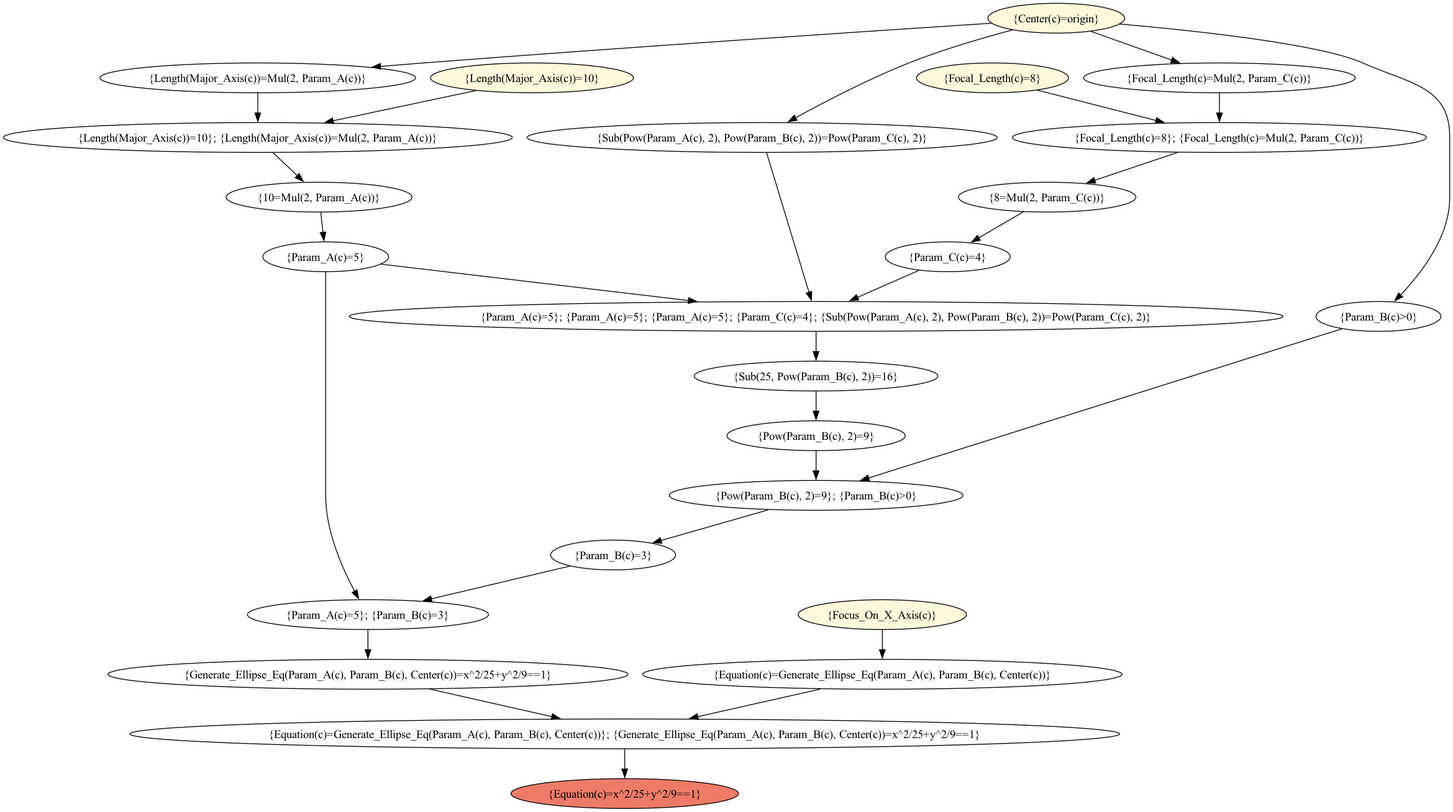
The Graphviz diagram reasoning_engine/solving_process.png in trapped-beast/KE_Reasoning_Engine, before a commit. Its source is kept beside it as reasoning_engine/solving_process.dot.
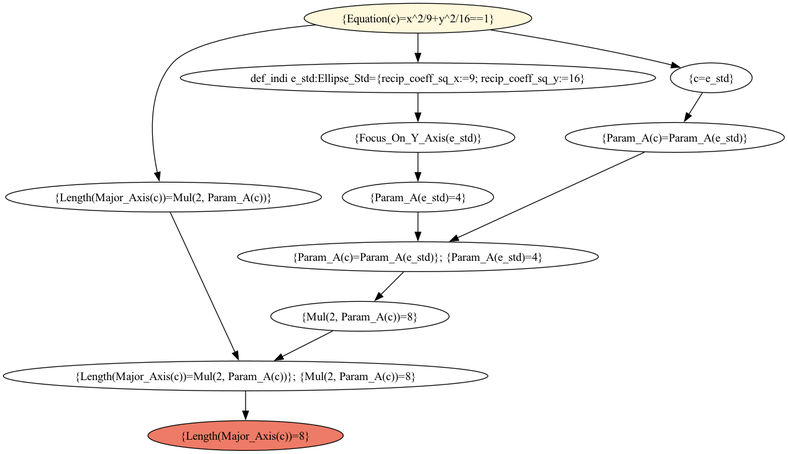
Above is the later version.

What changed in the source:
```diff
@@ -1,119 +1,53 @@
 digraph solving_process {
-	graph [bb="0,0,1746.3,972"];
+	graph [bb="0,0,942.63,540"];
 	node [label="\N"];
-	"{Center(c)=origin}"	[fillcolor=cornsilk,
+	"{Equation(c)=x^2/9+y^2/16==1}"	[fillcolor=cornsilk,
 		height=0.5,
-		pos="1271.3,954",
-		style=filled,
-		width=2.2937];
-	"{Param_B(c)>0}"	[height=0.5,
-		pos="1660.3,594",
-		width=2.0946];
-	"{Center(c)=origin}" -> "{Param_B(c)>0}"	[pos="e,1678.9,611.81 1347.8,947.01 1440.4,938.89 1590.2,922.77 1641.3,900 1697.1,875.07 1746.3,872.18 1746.3,811 1746.3,811 1746.3,811 \
-1746.3,737 1746.3,690.45 1712,646.11 1686.8,619.73"];
-	"{Sub(Pow(Param_A(c), 2), Pow(Param_B(c), 2))=Pow(Param_C(c), 2)}"	[height=0.5,
-		pos="916.26,810",
-		width=7.8809];
-	"{Center(c)=origin}" -> "{Sub(Pow(Param_A(c), 2), Pow(Param_B(c), 2))=Pow(Param_C(c), 2)}"	[pos="e,946.51,828.29 1218.2,939.85 1182.4,930.32 1134.3,916.29 1093.3,900 1044.8,880.78 991.69,853.13 956.42,833.76"];
-	"{Length(Major_Axis(c))=Mul(2, Param_A(c))}"	[height=0.5,
-		pos="307.26,882",
-		width=5.2934];
-	"{Center(c)=origin}" -> "{Length(Major_Axis(c))=Mul(2, Param_A(c))}"	[pos="e,443.87,894.9 1192.9,947.97 1054.4,938.98 757.63,919.32 507.26,900 490.44,898.7 472.83,897.29 455.34,895.85"];
-	"{Focal_Length(c)=Mul(2, Param_C(c))}"	[height=0.5,
-		pos="1468.3,882",
-		width=4.5541];
-	"{Center(c)=origin}" -> "{Focal_Length(c)=Mul(2, Param_C(c))}"	[pos="e,1421.4,899.66 1313,938.15 1341.4,928.07 1379.4,914.59 1410.6,903.48"];
-	"{Pow(Param_B(c), 2)=9}; {Param_B(c)>0}"	[height=0.5,
-		pos="981.26,378",
-		width=4.9238];
-	"{Param_B(c)>0}" -> "{Pow(Param_B(c), 2)=9}; {Param_B(c)>0}"	[pos="e,1033.8,395.57 1616,579.04 1498.9,542.13 1180.7,441.85 1044.5,398.93"];
-	"{Param_A(c)=5}; {Param_A(c)=5}; {Param_A(c)=5}; {Param_C(c)=4}; {Sub(Pow(Param_A(c), 2), Pow(Param_B(c), 2))=Pow(Param_C(c), 2)}"	[height=0.5,
-		pos="981.26,594",
-		width=15.658];
-	"{Sub(Pow(Param_A(c), 2), Pow(Param_B(c), 2))=Pow(Param_C(c), 2)}" -> "{Param_A(c)=5}; {Param_A(c)=5}; {Param_A(c)=5}; {Param_C(c)=4}; {Sub(Pow(Param_A(c), 2), Pow(Param_B(c), 2))=Pow(Param_C(c), 2)}"	[pos="e,976.02,612.23 921.46,791.85 932.64,755.07 958.99,668.29 972.68,623.24"];
-	"{Length(Major_Axis(c))=10}; {Length(Major_Axis(c))=Mul(2, Param_A(c))}"	[height=0.5,
-		pos="307.26,810",
-		width=8.5349];
-	"{Length(Major_Axis(c))=Mul(2, Param_A(c))}" -> "{Length(Major_Axis(c))=10}; {Length(Major_Axis(c))=Mul(2, Param_A(c))}"	[pos="e,307.26,828.1 307.26,863.7 307.26,856.41 307.26,847.73 307.26,839.54"];
-	"{Focal_Length(c)=8}; {Focal_Length(c)=Mul(2, Param_C(c))}"	[height=0.5,
-		pos="1468.3,810",
-		width=6.9426];
-	"{Focal_Length(c)=Mul(2, Param_C(c))}" -> "{Focal_Length(c)=8}; {Focal_Length(c)=Mul(2, Param_C(c))}"	[pos="e,1468.3,828.1 1468.3,863.7 1468.3,856.41 1468.3,847.73 1468.3,839.54"];
-	"{Focus_On_X_Axis(c)}"	[fillcolor=cornsilk,
-		height=0.5,
-		pos="1061.3,234",
-		style=filled,
-		width=2.8197];
-	"{Equation(c)=Generate_Ellipse_Eq(Param_A(c), Param_B(c), Center(c))}"	[height=0.5,
-		pos="1061.3,162",
-		width=8.0373];
-	"{Focus_On_X_Axis(c)}" -> "{Equation(c)=Generate_Ellipse_Eq(Param_A(c), Param_B(c), Center(c))}"	[pos="e,1061.3,180.1 1061.3,215.7 1061.3,208.41 1061.3,199.73 1061.3,191.54"];
-	"{Equation(c)=Generate_Ellipse_Eq(Param_A(c), Param_B(c), Center(c))}; {Generate_Ellipse_Eq(Param_A(c), Param_B(c), Center(c))=x^\
-2/25+y^2/9==1}"	[height=0.5,
-		pos="750.26,90",
-		width=16.596];
-	"{Equation(c)=Generate_Ellipse_Eq(Param_A(c), Param_B(c), Center(c))}" -> "{Equation(c)=Generate_Ellipse_Eq(Param_A(c), Param_B(c), Center(c))}; {Generate_Ellipse_Eq(Param_A(c), Param_B(c), Center(c))=x^\
-2/25+y^2/9==1}"	[pos="e,827.2,108.32 986.37,144.14 941.77,134.11 884.95,121.32 838.23,110.8"];
-	"{Focal_Length(c)=8}"	[fillcolor=cornsilk,
-		height=0.5,
-		pos="1194.3,882",
-		style=filled,
-		width=2.5496];
-	"{Focal_Length(c)=8}" -> "{Focal_Length(c)=8}; {Focal_Length(c)=Mul(2, Param_C(c))}"	[pos="e,1402.8,827.72 1248.7,867.09 1289.7,856.63 1346.3,842.16 1391.8,830.54"];
-	"{8=Mul(2, Param_C(c))}"	[height=0.5,
-		pos="1260.3,738",
-		width=2.9761];
-	"{Focal_Length(c)=8}; {Focal_Length(c)=Mul(2, Param_C(c))}" -> "{8=Mul(2, Param_C(c))}"	[pos="e,1306.8,754.67 1417.6,791.97 1387.4,781.79 1348.9,768.84 1317.6,758.29"];
-	"{Param_C(c)=4}"	[height=0.5,
-		pos="1140.3,666",
-		width=2.0946];
-	"{8=Mul(2, Param_C(c))}" -> "{Param_C(c)=4}"	[pos="e,1167.9,683.15 1231.5,720.23 1215.4,710.83 1195.1,699 1177.8,688.88"];
-	"{Param_C(c)=4}" -> "{Param_A(c)=5}; {Param_A(c)=5}; {Param_A(c)=5}; {Param_C(c)=4}; {Sub(Pow(Param_A(c), 2), Pow(Param_B(c), 2))=Pow(Param_C(c), 2)}"	[pos="e,1020.8,612.42 1105.4,649.64 1083.6,640.07 1055.3,627.6 1031.2,616.99"];
-	"{Length(Major_Axis(c))=10}"	[fillcolor=cornsilk,
-		height=0.5,
-		pos="638.26,882",
-		style=filled,
-		width=3.4026];
-	"{Length(Major_Axis(c))=10}" -> "{Length(Major_Axis(c))=10}; {Length(Major_Axis(c))=Mul(2, Param_A(c))}"	[pos="e,386.89,827.84 570.47,866.67 520.66,856.13 452.45,841.71 397.95,830.18"];
-	"{10=Mul(2, Param_A(c))}"	[height=0.5,
-		pos="381.26,738",
-		width=3.1182];
-	"{Length(Major_Axis(c))=10}; {Length(Major_Axis(c))=Mul(2, Param_A(c))}" -> "{10=Mul(2, Param_A(c))}"	[pos="e,363.17,756.1 325.55,791.7 334.42,783.3 345.24,773.07 354.97,763.86"];
-	"{Param_A(c)=5}"	[height=0.5,
-		pos="389.26,666",
-		width=2.1088];
-	"{10=Mul(2, Param_A(c))}" -> "{Param_A(c)=5}"	[pos="e,387.3,684.1 383.23,719.7 384.07,712.41 385.06,703.73 385.99,695.54"];
-	"{Param_A(c)=5}" -> "{Param_A(c)=5}; {Param_A(c)=5}; {Param_A(c)=5}; {Param_C(c)=4}; {Sub(Pow(Param_A(c), 2), Pow(Param_B(c), 2))=Pow(Param_C(c), 2)}"	[pos="e,838.64,611.86 456.01,657.11 545.52,646.52 707.1,627.42 827.49,613.18"];
-	"{Param_A(c)=5}; {Param_B(c)=3}"	[height=0.5,
-		pos="440.26,234",
-		width=4.0423];
-	"{Param_A(c)=5}" -> "{Param_A(c)=5}; {Param_B(c)=3}"	[pos="e,429.69,252.21 389.26,647.51 389.26,620.71 389.26,567.87 389.26,523 389.26,523 389.26,523 389.26,377 389.26,334.96 409.3,289.82 \
-424.26,261.99"];
-	"{Sub(25, Pow(Param_B(c), 2))=16}"	[height=0.5,
-		pos="981.26,522",
-		width=4.085];
-	"{Param_A(c)=5}; {Param_A(c)=5}; {Param_A(c)=5}; {Param_C(c)=4}; {Sub(Pow(Param_A(c), 2), Pow(Param_B(c), 2))=Pow(Param_C(c), 2)}" -> "{Sub(25, Pow(Param_B(c), 2))=16}"	[pos="e,981.26,540.1 981.26,575.7 981.26,568.41 981.26,559.73 981.26,551.54"];
-	"{Pow(Param_B(c), 2)=9}"	[height=0.5,
-		pos="981.26,450",
-		width=2.9903];
-	"{Sub(25, Pow(Param_B(c), 2))=16}" -> "{Pow(Param_B(c), 2)=9}"	[pos="e,981.26,468.1 981.26,503.7 981.26,496.41 981.26,487.73 981.26,479.54"];
-	"{Pow(Param_B(c), 2)=9}" -> "{Pow(Param_B(c), 2)=9}; {Param_B(c)>0}"	[pos="e,981.26,396.1 981.26,431.7 981.26,424.41 981.26,415.73 981.26,407.54"];
-	"{Param_B(c)=3}"	[height=0.5,
-		pos="736.26,306",
-		width=2.0946];
-	"{Pow(Param_B(c), 2)=9}; {Param_B(c)>0}" -> "{Param_B(c)=3}"	[pos="e,783.08,320.38 923.81,360.59 884.73,349.42 833.19,334.69 794.03,323.51"];
-	"{Param_B(c)=3}" -> "{Param_A(c)=5}; {Param_B(c)=3}"	[pos="e,505.68,250.47 684.02,292.65 637.61,281.67 569.19,265.49 516.64,253.06"];
-	"{Generate_Ellipse_Eq(Param_A(c), Param_B(c), Center(c))=x^2/25+y^2/9==1}"	[height=0.5,
-		pos="440.26,162",
-		width=8.7197];
-	"{Param_A(c)=5}; {Param_B(c)=3}" -> "{Generate_Ellipse_Eq(Param_A(c), Param_B(c), Center(c))=x^2/25+y^2/9==1}"	[pos="e,440.26,180.1 440.26,215.7 440.26,208.41 440.26,199.73 440.26,191.54"];
-	"{Generate_Ellipse_Eq(Param_A(c), Param_B(c), Center(c))=x^2/25+y^2/9==1}" -> "{Equation(c)=Generate_Ellipse_Eq(Param_A(c), Param_B(c), Center(c))}; {Generate_Ellipse_Eq(Param_A(c), Param_B(c), Center(c))=x^\
-2/25+y^2/9==1}"	[pos="e,673.48,108.34 515.3,144.05 559.67,134.03 616.09,121.3 662.52,110.81"];
-	"{Equation(c)=x^2/25+y^2/9==1}"	[fillcolor="#ee7b67",
-		height=0.5,
-		pos="750.26,18",
+		pos="500.41,522",
 		style=filled,
 		width=3.8149];
-	"{Equation(c)=Generate_Ellipse_Eq(Param_A(c), Param_B(c), Center(c))}; {Generate_Ellipse_Eq(Param_A(c), Param_B(c), Center(c))=x^\
-2/25+y^2/9==1}" -> "{Equation(c)=x^2/25+y^2/9==1}"	[pos="e,750.26,36.104 750.26,71.697 750.26,64.407 750.26,55.726 750.26,47.536"];
+	"{Length(Major_Axis(c))=Mul(2, Param_A(c))}"	[height=0.5,
+		pos="193.41,306",
+		width=5.2934];
+	"{Equation(c)=x^2/9+y^2/16==1}" -> "{Length(Major_Axis(c))=Mul(2, Param_A(c))}"	[pos="e,188.46,324.39 376.73,513.92 306.28,507.09 227.54,493.8 204.41,468 172.07,431.92 178.41,371.11 185.92,335.45"];
+	"def_indi e_std:Ellipse_Std={recip_coeff_sq_x:=9; recip_coeff_sq_y:=16}"	[height=0.5,
+		pos="500.41,450",
+		width=7.9662];
+	"{Equation(c)=x^2/9+y^2/16==1}" -> "def_indi e_std:Ellipse_Std={recip_coeff_sq_x:=9; recip_coeff_sq_y:=16}"	[pos="e,500.41,468.1 500.41,503.7 500.41,496.41 500.41,487.73 500.41,479.54"];
+	"{c=e_std}"	[height=0.5,
+		pos="854.41,450",
+		width=1.3696];
+	"{Equation(c)=x^2/9+y^2/16==1}" -> "{c=e_std}"	[pos="e,817.75,462.39 588.35,507.81 647.5,498.31 727.05,484.33 796.41,468 799.78,467.21 803.24,466.34 806.71,465.42"];
+	"{Length(Major_Axis(c))=Mul(2, Param_A(c))}; {Mul(2, Param_A(c))=8}"	[height=0.5,
+		pos="292.41,90",
+		width=8.1226];
+	"{Length(Major_Axis(c))=Mul(2, Param_A(c))}" -> "{Length(Major_Axis(c))=Mul(2, Param_A(c))}; {Mul(2, Param_A(c))=8}"	[pos="e,284.44,108.23 201.35,287.85 218.44,250.91 258.85,163.55 279.61,118.67"];
+	"{Focus_On_Y_Axis(e_std)}"	[height=0.5,
+		pos="500.41,378",
+		width=3.2462];
+	"def_indi e_std:Ellipse_Std={recip_coeff_sq_x:=9; recip_coeff_sq_y:=16}" -> "{Focus_On_Y_Axis(e_std)}"	[pos="e,500.41,396.1 500.41,431.7 500.41,424.41 500.41,415.73 500.41,407.54"];
+	"{Param_A(c)=Param_A(e_std)}"	[height=0.5,
+		pos="810.41,378",
+		width=3.6727];
+	"{c=e_std}" -> "{Param_A(c)=Param_A(e_std)}"	[pos="e,821.27,396.28 843.76,432.05 838.81,424.18 832.8,414.62 827.26,405.79"];
+	"{Param_A(e_std)=4}"	[height=0.5,
+		pos="500.41,306",
+		width=2.5353];
+	"{Focus_On_Y_Axis(e_std)}" -> "{Param_A(e_std)=4}"	[pos="e,500.41,324.1 500.41,359.7 500.41,352.41 500.41,343.73 500.41,335.54"];
+	"{Param_A(c)=Param_A(e_std)}; {Param_A(e_std)=4}"	[height=0.5,
+		pos="500.41,234",
+		width=6.0469];
+	"{Param_A(e_std)=4}" -> "{Param_A(c)=Param_A(e_std)}; {Param_A(e_std)=4}"	[pos="e,500.41,252.1 500.41,287.7 500.41,280.41 500.41,271.73 500.41,263.54"];
+	"{Param_A(c)=Param_A(e_std)}" -> "{Param_A(c)=Param_A(e_std)}; {Param_A(e_std)=4}"	[pos="e,537.71,252.08 773.94,360.29 717.81,334.58 610.24,285.31 548.03,256.81"];
+	"{Mul(2, Param_A(c))=8}"	[height=0.5,
+		pos="430.41,162",
+		width=2.9903];
+	"{Param_A(c)=Param_A(e_std)}; {Param_A(e_std)=4}" -> "{Mul(2, Param_A(c))=8}"	[pos="e,447.52,180.1 483.11,215.7 474.8,207.39 464.69,197.28 455.55,188.14"];
+	"{Mul(2, Param_A(c))=8}" -> "{Length(Major_Axis(c))=Mul(2, Param_A(c))}; {Mul(2, Param_A(c))=8}"	[pos="e,326.32,108.2 397.71,144.41 379.38,135.12 356.28,123.4 336.39,113.31"];
+	"{Length(Major_Axis(c))=8}"	[fillcolor="#ee7b67",
+		height=0.5,
+		pos="292.41,18",
+		style=filled,
+		width=3.2746];
+	"{Length(Major_Axis(c))=Mul(2, Param_A(c))}; {Mul(2, Param_A(c))=8}" -> "{Length(Major_Axis(c))=8}"	[pos="e,292.41,36.104 292.41,71.697 292.41,64.407 292.41,55.726 292.41,47.536"];
 }
```
